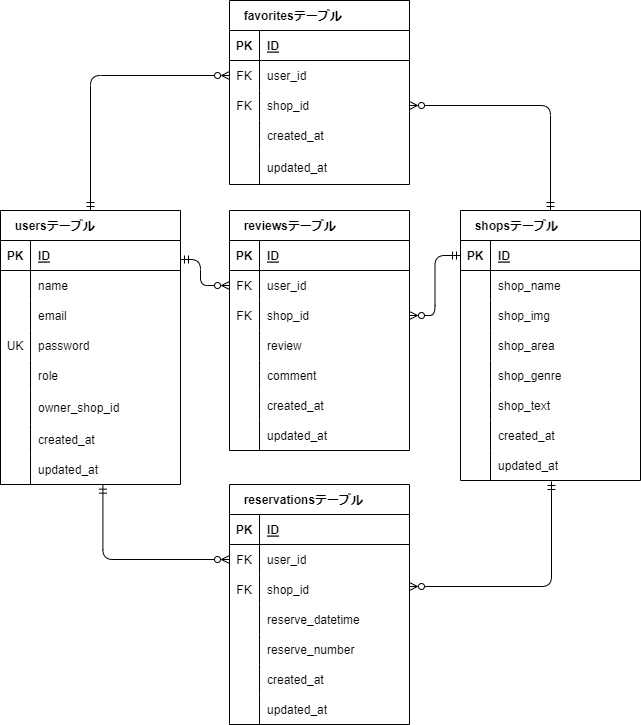
The draw.io diagram rese.drawio.png in tmdressage/rese, before a commit. Source tidied: cells renumbered, new cells last; positions are measured from the earlier drawing's top-left corner, leaving out a move shared by most shapes.
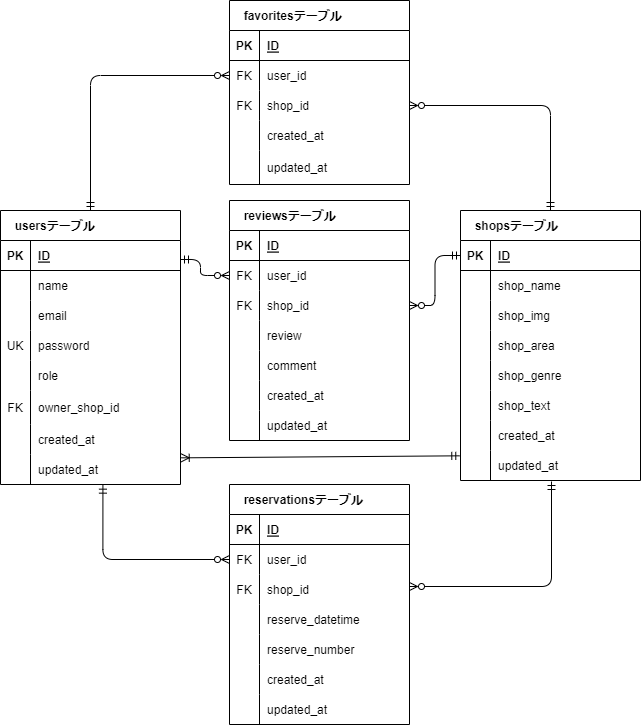
Later version of the same file.

What changed in the source:
```diff
@@ -53,7 +53,7 @@
     <mxCell id="18" style="shape=tableRow;horizontal=0;startSize=0;swimlaneHead=0;swimlaneBody=0;fillColor=none;top=0;left=0;right=0;bottom=0;rounded=0;" parent="2" vertex="1">
       <mxGeometry y="180" width="180" height="34" as="geometry" />
     </mxCell>
-    <mxCell id="19" style="shape=partialRectangle;fillColor=none;top=0;left=0;bottom=0;right=0;overflow=hidden;rounded=0;" parent="18" vertex="1">
+    <mxCell id="19" value="FK" style="shape=partialRectangle;fillColor=none;top=0;left=0;bottom=0;right=0;overflow=hidden;rounded=0;" parent="18" vertex="1">
       <mxGeometry width="30" height="34" as="geometry" />
     </mxCell>
     <mxCell id="20" value="owner_shop_id" style="shape=partialRectangle;fillColor=none;top=0;left=0;bottom=0;right=0;align=left;spacingLeft=6;overflow=hidden;rounded=0;" parent="18" vertex="1">
@@ -286,7 +286,7 @@
       </mxGeometry>
     </mxCell>
     <mxCell id="94" value="  reviewsテーブル" style="shape=table;startSize=30;rowLines=0;fontStyle=1;align=left;fillColor=none;spacingLeft=6;rotation=0;rounded=0;" parent="1" vertex="1">
-      <mxGeometry x="229" y="210" width="180" height="240" as="geometry" />
+      <mxGeometry x="229" y="200" width="180" height="240" as="geometry" />
     </mxCell>
     <mxCell id="95" style="shape=tableRow;horizontal=0;startSize=0;swimlaneHead=0;swimlaneBody=0;fillColor=none;top=0;left=0;right=0;bottom=1;rounded=0;" parent="94" vertex="1">
       <mxGeometry y="30" width="180" height="30" as="geometry" />
@@ -356,12 +356,18 @@
         <mxPoint x="180" y="259" as="sourcePoint" />
         <Array as="points">
           <mxPoint x="200" y="259" />
-          <mxPoint x="200" y="285" />
+          <mxPoint x="200" y="275" />
         </Array>
       </mxGeometry>
     </mxCell>
     <mxCell id="117" style="fontSize=12;html=1;endArrow=ERzeroToMany;startArrow=ERmandOne;sketch=0;hachureGap=4;jiggle=2;curveFitting=1;fontFamily=Architects Daughter;fontSource=https%3A%2F%2Ffonts.googleapis.com%2Fcss%3Ffamily%3DArchitects%2BDaughter;exitX=0;exitY=0.5;exitDx=0;exitDy=0;endFill=0;entryX=1;entryY=0.5;entryDx=0;entryDy=0;edgeStyle=orthogonalEdgeStyle;" parent="1" edge="1" source="50" target="101">
       <mxGeometry relative="1" as="geometry" />
     </mxCell>
+    <mxCell id="118" style="fontSize=12;html=1;endArrow=ERoneToMany;startArrow=ERmandOne;hachureGap=4;fontFamily=Architects Daughter;fontSource=https%3A%2F%2Ffonts.googleapis.com%2Fcss%3Ffamily%3DArchitects%2BDaughter;entryX=1.004;entryY=-0.022;entryDx=0;entryDy=0;entryPerimeter=0;exitX=-0.004;exitY=0.044;exitDx=0;exitDy=0;exitPerimeter=0;" parent="1" edge="1">
+      <mxGeometry relative="1" as="geometry">
+        <mxPoint x="459.3" y="455.3" as="sourcePoint" />
+        <mxPoint x="180.7" y="457.3" as="targetPoint" />
+      </mxGeometry>
+    </mxCell>
   </root>
 </mxGraphModel>
```
